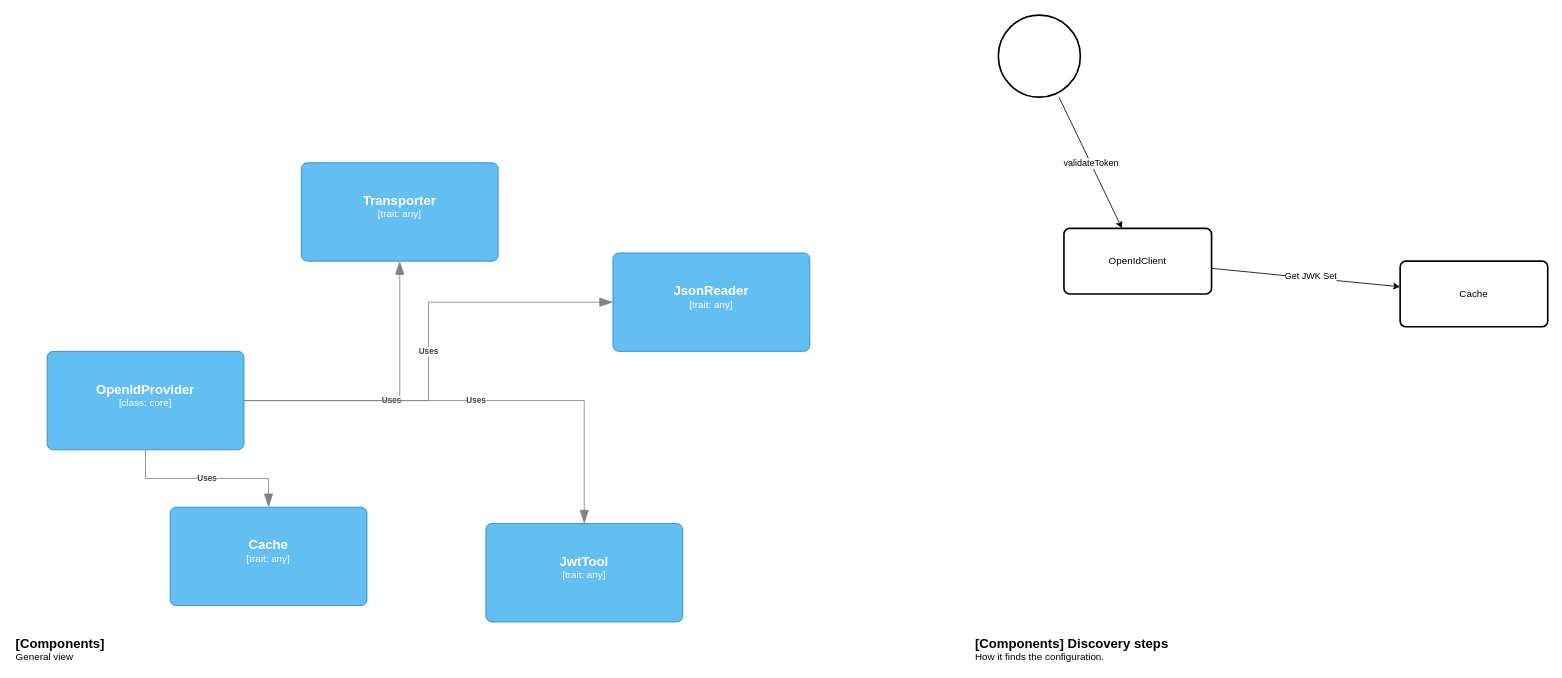
Earlier version of the draw.io diagram doc.drawio (estrondo/moidc4s). Source tidied: cells renumbered, new cells numbered last; positions are measured from the earlier drawing's top-left corner, leaving out a move shared by most shapes. Both pictures are drawn from the tidied source at 82%, with x=0, y=0 at pixel (14, 15).
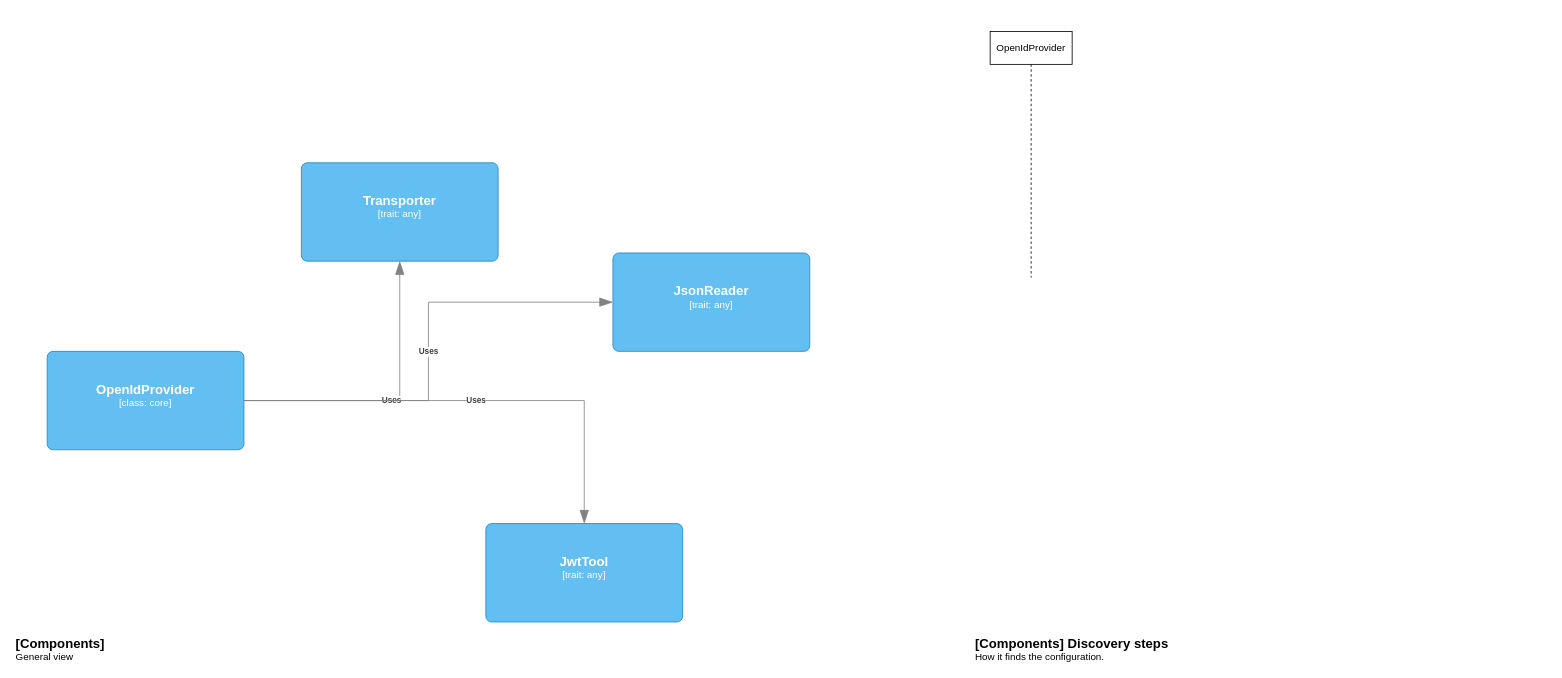
After the change.

The change refers to these unchanged cells:
```xml
<object id="2" label="&lt;font style=&quot;font-size: 16px&quot;&gt;&lt;b&gt;%c4Name%&lt;/b&gt;&lt;/font&gt;&lt;div&gt;[%c4Type%: %c4Technology%]&lt;/div&gt;&lt;br&gt;&lt;div&gt;&lt;font style=&quot;font-size: 11px&quot;&gt;%c4Description%&lt;/font&gt;&lt;/div&gt;" c4Description="" c4Name="OpenIdProvider" c4Technology="core" c4Type="class" placeholders="1">
  <mxCell style="rounded=1;whiteSpace=wrap;html=1;labelBackgroundColor=none;fillColor=#63BEF2;fontColor=#ffffff;align=center;arcSize=6;strokeColor=#2086C9;points=[[0.25,0,0],[0.5,0,0],[0.75,0,0],[1,0.25,0],[1,0.5,0],[1,0.75,0],[0.75,1,0],[0.5,1,0],[0.25,1,0],[0,0.75,0],[0,0.5,0],[0,0.25,0]];" parent="1" vertex="1">
    <mxGeometry x="40" y="410" width="240" height="120" as="geometry" />
  </mxCell>
</object>
```

Diff of the diagram source:
```diff
@@
-    <mxCell id="11" style="strokeWidth=2;html=1;shape=mxgraph.flowchart.start_2;whiteSpace=wrap;" parent="1" vertex="1">
-      <mxGeometry x="1200" width="100" height="100" as="geometry" />
-    </mxCell>
-    <mxCell id="12" value="OpenIdClient" style="rounded=1;whiteSpace=wrap;html=1;absoluteArcSize=1;arcSize=14;strokeWidth=2;" parent="1" vertex="1">
-      <mxGeometry x="1280" y="260" width="180" height="80" as="geometry" />
-    </mxCell>
-    <mxCell id="13" style="endArrow=classic;html=1;rounded=0;" parent="1" edge="1" source="11" target="12">
-      <mxGeometry relative="1" as="geometry" />
-    </mxCell>
-    <mxCell id="14" value="validateToken" style="edgeLabel;html=1;align=center;verticalAlign=middle;" parent="13" vertex="1">
-      <mxGeometry relative="1" as="geometry" />
-    </mxCell>
-    <mxCell id="15" value="Cache" style="rounded=1;whiteSpace=wrap;html=1;absoluteArcSize=1;arcSize=14;strokeWidth=2;" parent="1" vertex="1">
-      <mxGeometry x="1690" y="300" width="180" height="80" as="geometry" />
-    </mxCell>
-    <mxCell id="16" style="endArrow=classic;html=1;rounded=0;" parent="1" edge="1" source="12" target="15">
-      <mxGeometry relative="1" as="geometry" />
-    </mxCell>
-    <mxCell id="17" value="Get JWK Set" style="edgeLabel;html=1;align=center;verticalAlign=middle;" parent="16" vertex="1">
-      <mxGeometry x="0.05" y="3" relative="1" as="geometry" />
-    </mxCell>
-    <object id="18" label="&lt;font style=&quot;font-size: 16px&quot;&gt;&lt;b&gt;%c4Name%&lt;/b&gt;&lt;/font&gt;&lt;div&gt;[%c4Type%: %c4Technology%]&lt;/div&gt;&lt;br&gt;&lt;div&gt;&lt;font style=&quot;font-size: 11px&quot;&gt;%c4Description%&lt;/font&gt;&lt;/div&gt;" c4Description="" c4Name="Cache" c4Technology="any" c4Type="trait" placeholders="1">
-      <mxCell style="rounded=1;whiteSpace=wrap;html=1;labelBackgroundColor=none;fillColor=#63BEF2;fontColor=#ffffff;align=center;arcSize=6;strokeColor=#2086C9;points=[[0.25,0,0],[0.5,0,0],[0.75,0,0],[1,0.25,0],[1,0.5,0],[1,0.75,0],[0.75,1,0],[0.5,1,0],[0.25,1,0],[0,0.75,0],[0,0.5,0],[0,0.25,0]];" parent="1" vertex="1">
-        <mxGeometry x="190" y="600" width="240" height="120" as="geometry" />
-      </mxCell>
-    </object>
-    <object id="19" label="&lt;div style=&quot;text-align: left&quot;&gt;&lt;div style=&quot;text-align: center&quot;&gt;&lt;b&gt;%c4Description%&lt;/b&gt;&lt;/div&gt;" c4Description="Uses" placeholders="1">
-      <mxCell style="endArrow=blockThin;html=1;fontSize=10;fontColor=#404040;strokeWidth=1;endFill=1;strokeColor=#828282;elbow=vertical;endSize=14;startSize=14;jumpStyle=arc;jumpSize=16;rounded=0;edgeStyle=orthogonalEdgeStyle;" parent="1" edge="1" source="2" target="18">
-        <mxGeometry relative="1" as="geometry" />
-      </mxCell>
-    </object>
+    <mxCell id="20" value="OpenIdProvider" style="shape=umlLifeline;perimeter=lifelinePerimeter;whiteSpace=wrap;html=1;newEdgeStyle={&quot;curved&quot;:0,&quot;rounded&quot;:0};" parent="1" vertex="1">
+      <mxGeometry x="1190" y="20" width="100" height="300" as="geometry" />
+    </mxCell>
```
